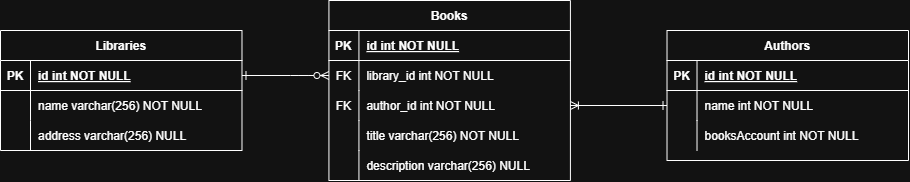
Earlier version of the draw.io export docs/entityrelation.diagram.png (sgranadaag/nest-hexagonal). Source tidied: cells renumbered, new cells last; positions are measured from the earlier drawing's top-left corner, leaving out a move shared by most shapes. Its diagram source:
```xml
<mxGraphModel>
  <root>
    <mxCell id="0" />
    <mxCell id="1" parent="0" />
    <mxCell id="2" style="group;" parent="1" vertex="1">
      <mxGeometry width="908" height="180" as="geometry" />
    </mxCell>
    <mxCell id="3" style="edgeStyle=entityRelationEdgeStyle;endArrow=ERzeroToMany;startArrow=ERone;endFill=1;startFill=0;entryX=0;entryY=0.5;entryDx=0;entryDy=0;" parent="2" edge="1" source="31" target="8">
      <mxGeometry relative="1" as="geometry" />
    </mxCell>
    <mxCell id="4" value="Books" style="shape=table;startSize=30;rowLines=0;fontStyle=1;align=center;" parent="2" vertex="1">
      <mxGeometry x="328.4" width="241.5" height="180" as="geometry" />
    </mxCell>
    <mxCell id="5" style="shape=partialRectangle;fillColor=none;top=0;left=0;right=0;bottom=1;" parent="4" vertex="1">
      <mxGeometry y="30" width="241.5" height="30" as="geometry" />
    </mxCell>
    <mxCell id="6" value="PK" style="shape=partialRectangle;overflow=hidden;fillColor=none;top=0;left=0;bottom=0;right=0;fontStyle=1;" parent="5" vertex="1">
      <mxGeometry width="30" height="30" as="geometry" />
    </mxCell>
    <mxCell id="7" value="id int NOT NULL " style="shape=partialRectangle;overflow=hidden;fillColor=none;top=0;left=0;bottom=0;right=0;align=left;spacingLeft=6;fontStyle=5;" parent="5" vertex="1">
      <mxGeometry x="30" width="211.5" height="30" as="geometry" />
    </mxCell>
    <mxCell id="8" style="shape=partialRectangle;fillColor=none;points=[[0,0.5],[1,0.5]];portConstraint=eastwest;top=0;left=0;right=0;bottom=0;" parent="4" vertex="1">
      <mxGeometry y="60" width="241.5" height="30" as="geometry" />
    </mxCell>
    <mxCell id="9" value="FK" style="shape=partialRectangle;overflow=hidden;fillColor=none;top=0;left=0;bottom=0;right=0;" parent="8" vertex="1">
      <mxGeometry width="30" height="30" as="geometry" />
    </mxCell>
    <mxCell id="10" value="library_id int NOT NULL" style="shape=partialRectangle;overflow=hidden;fillColor=none;top=0;left=0;bottom=0;right=0;align=left;spacingLeft=6;" parent="8" vertex="1">
      <mxGeometry x="30" width="211.5" height="30" as="geometry" />
    </mxCell>
    <mxCell id="11" style="shape=partialRectangle;fillColor=none;points=[[0,0.5],[1,0.5]];portConstraint=eastwest;top=0;left=0;right=0;bottom=0;" parent="4" vertex="1">
      <mxGeometry y="90" width="241.5" height="30" as="geometry" />
    </mxCell>
    <mxCell id="12" value="FK" style="shape=partialRectangle;overflow=hidden;fillColor=none;top=0;left=0;bottom=0;right=0;" parent="11" vertex="1">
      <mxGeometry width="30" height="30" as="geometry" />
    </mxCell>
    <mxCell id="13" value="author_id int NOT NULL" style="shape=partialRectangle;overflow=hidden;fillColor=none;top=0;left=0;bottom=0;right=0;align=left;spacingLeft=6;" parent="11" vertex="1">
      <mxGeometry x="30" width="211.5" height="30" as="geometry" />
    </mxCell>
    <mxCell id="14" style="shape=partialRectangle;fillColor=none;top=0;left=0;right=0;bottom=0;" parent="4" vertex="1">
      <mxGeometry y="120" width="241.5" height="30" as="geometry" />
    </mxCell>
    <mxCell id="15" style="shape=partialRectangle;overflow=hidden;fillColor=none;top=0;left=0;bottom=0;right=0;" parent="14" vertex="1">
      <mxGeometry width="30" height="30" as="geometry" />
    </mxCell>
    <mxCell id="16" value="title varchar(256) NOT NULL" style="shape=partialRectangle;overflow=hidden;fillColor=none;top=0;left=0;bottom=0;right=0;align=left;spacingLeft=6;" parent="14" vertex="1">
      <mxGeometry x="30" width="211.5" height="30" as="geometry" />
    </mxCell>
    <mxCell id="17" style="shape=partialRectangle;fillColor=none;top=0;left=0;right=0;bottom=0;" parent="4" vertex="1">
      <mxGeometry y="150" width="241.5" height="30" as="geometry" />
    </mxCell>
    <mxCell id="18" style="shape=partialRectangle;overflow=hidden;fillColor=none;top=0;left=0;bottom=0;right=0;" parent="17" vertex="1">
      <mxGeometry width="30" height="30" as="geometry" />
    </mxCell>
    <mxCell id="19" value="description varchar(256) NULL" style="shape=partialRectangle;overflow=hidden;fillColor=none;top=0;left=0;bottom=0;right=0;align=left;spacingLeft=6;" parent="17" vertex="1">
      <mxGeometry x="30" width="211.5" height="30" as="geometry" />
    </mxCell>
    <mxCell id="20" value="Authors" style="shape=table;startSize=30;rowLines=0;fontStyle=1;align=center;" parent="2" vertex="1">
      <mxGeometry x="666.5" y="30" width="241.5" height="130" as="geometry" />
    </mxCell>
    <mxCell id="21" style="shape=partialRectangle;fillColor=none;top=0;left=0;right=0;bottom=1;" parent="20" vertex="1">
      <mxGeometry y="30" width="241.5" height="30" as="geometry" />
    </mxCell>
    <mxCell id="22" value="PK" style="shape=partialRectangle;overflow=hidden;fillColor=none;top=0;left=0;bottom=0;right=0;fontStyle=1;" parent="21" vertex="1">
      <mxGeometry width="30" height="30" as="geometry" />
    </mxCell>
    <mxCell id="23" value="id int NOT NULL " style="shape=partialRectangle;overflow=hidden;fillColor=none;top=0;left=0;bottom=0;right=0;align=left;spacingLeft=6;fontStyle=5;" parent="21" vertex="1">
      <mxGeometry x="30" width="211.5" height="30" as="geometry" />
    </mxCell>
    <mxCell id="24" style="shape=partialRectangle;fillColor=none;points=[[0,0.5],[1,0.5]];portConstraint=eastwest;top=0;left=0;right=0;bottom=0;" parent="20" vertex="1">
      <mxGeometry y="60" width="241.5" height="30" as="geometry" />
    </mxCell>
    <mxCell id="25" style="shape=partialRectangle;overflow=hidden;fillColor=none;top=0;left=0;bottom=0;right=0;" parent="24" vertex="1">
      <mxGeometry width="30" height="30" as="geometry" />
    </mxCell>
    <mxCell id="26" value="name int NOT NULL" style="shape=partialRectangle;overflow=hidden;fillColor=none;top=0;left=0;bottom=0;right=0;align=left;spacingLeft=6;" parent="24" vertex="1">
      <mxGeometry x="30" width="211.5" height="30" as="geometry" />
    </mxCell>
    <mxCell id="27" style="shape=partialRectangle;fillColor=none;top=0;left=0;right=0;bottom=0;" parent="20" vertex="1">
      <mxGeometry y="90" width="241.5" height="30" as="geometry" />
    </mxCell>
    <mxCell id="28" style="shape=partialRectangle;overflow=hidden;fillColor=none;top=0;left=0;bottom=0;right=0;" parent="27" vertex="1">
      <mxGeometry width="30" height="30" as="geometry" />
    </mxCell>
    <mxCell id="29" value="booksAccount int NOT NULL" style="shape=partialRectangle;overflow=hidden;fillColor=none;top=0;left=0;bottom=0;right=0;align=left;spacingLeft=6;" parent="27" vertex="1">
      <mxGeometry x="30" width="211.5" height="30" as="geometry" />
    </mxCell>
    <mxCell id="30" value="Libraries" style="shape=table;startSize=30;rowLines=0;fontStyle=1;align=center;" parent="2" vertex="1">
      <mxGeometry y="30" width="241.5" height="120" as="geometry" />
    </mxCell>
    <mxCell id="31" style="shape=partialRectangle;fillColor=none;points=[[0,0.5],[1,0.5]];portConstraint=eastwest;top=0;left=0;right=0;bottom=1;" parent="30" vertex="1">
      <mxGeometry y="30" width="241.5" height="30" as="geometry" />
    </mxCell>
    <mxCell id="32" value="PK" style="shape=partialRectangle;overflow=hidden;fillColor=none;top=0;left=0;bottom=0;right=0;fontStyle=1;" parent="31" vertex="1">
      <mxGeometry width="30" height="30" as="geometry" />
    </mxCell>
    <mxCell id="33" value="id int NOT NULL " style="shape=partialRectangle;overflow=hidden;fillColor=none;top=0;left=0;bottom=0;right=0;align=left;spacingLeft=6;fontStyle=5;" parent="31" vertex="1">
      <mxGeometry x="30" width="211.5" height="30" as="geometry" />
    </mxCell>
    <mxCell id="34" style="shape=partialRectangle;fillColor=none;top=0;left=0;right=0;bottom=0;" parent="30" vertex="1">
      <mxGeometry y="60" width="241.5" height="30" as="geometry" />
    </mxCell>
    <mxCell id="35" style="shape=partialRectangle;overflow=hidden;fillColor=none;top=0;left=0;bottom=0;right=0;" parent="34" vertex="1">
      <mxGeometry width="30" height="30" as="geometry" />
    </mxCell>
    <mxCell id="36" value="name varchar(256) NOT NULL" style="shape=partialRectangle;overflow=hidden;fillColor=none;top=0;left=0;bottom=0;right=0;align=left;spacingLeft=6;" parent="34" vertex="1">
      <mxGeometry x="30" width="211.5" height="30" as="geometry" />
    </mxCell>
    <mxCell id="37" style="shape=partialRectangle;fillColor=none;top=0;left=0;right=0;bottom=0;" parent="30" vertex="1">
      <mxGeometry y="90" width="241.5" height="30" as="geometry" />
    </mxCell>
    <mxCell id="38" style="shape=partialRectangle;overflow=hidden;fillColor=none;top=0;left=0;bottom=0;right=0;" parent="37" vertex="1">
      <mxGeometry width="30" height="30" as="geometry" />
    </mxCell>
    <mxCell id="39" value="address varchar(256) NULL" style="shape=partialRectangle;overflow=hidden;fillColor=none;top=0;left=0;bottom=0;right=0;align=left;spacingLeft=6;" parent="37" vertex="1">
      <mxGeometry x="30" width="211.5" height="30" as="geometry" />
    </mxCell>
    <mxCell id="40" style="edgeStyle=orthogonalEdgeStyle;rounded=0;jettySize=auto;html=1;exitX=0;exitY=0.5;exitDx=0;exitDy=0;startArrow=ERone;startFill=0;endArrow=ERoneToMany;endFill=0;" parent="2" edge="1" source="24" target="11">
      <mxGeometry relative="1" as="geometry" />
    </mxCell>
    <mxCell id="41" style="shape=partialRectangle;fillColor=none;top=0;left=0;right=0;bottom=0;" parent="2" vertex="1">
      <mxGeometry x="434.7" y="140" width="241.5" height="30" as="geometry" />
    </mxCell>
    <mxCell id="42" style="shape=partialRectangle;overflow=hidden;fillColor=none;top=0;left=0;bottom=0;right=0;" parent="41" vertex="1">
      <mxGeometry width="29" height="30" as="geometry" />
    </mxCell>
  </root>
</mxGraphModel>
```
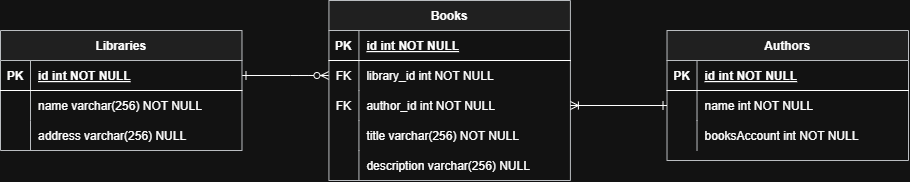
Above is the later version.

What changed in the source:
```diff
@@ -8,7 +8,7 @@
     <mxCell id="3" style="edgeStyle=entityRelationEdgeStyle;endArrow=ERzeroToMany;startArrow=ERone;endFill=1;startFill=0;entryX=0;entryY=0.5;entryDx=0;entryDy=0;" parent="2" edge="1" source="31" target="8">
       <mxGeometry relative="1" as="geometry" />
     </mxCell>
-    <mxCell id="4" value="Books" style="shape=table;startSize=30;rowLines=0;fontStyle=1;align=center;" parent="2" vertex="1">
+    <mxCell id="4" value="Books" style="shape=table;startSize=30;rowLines=0;fontStyle=1;align=center;fillColor=#eeeeee;strokeColor=#36393d;" parent="2" vertex="1">
       <mxGeometry x="328.4" width="241.5" height="180" as="geometry" />
     </mxCell>
     <mxCell id="5" style="shape=partialRectangle;fillColor=none;top=0;left=0;right=0;bottom=1;" parent="4" vertex="1">
@@ -56,7 +56,7 @@
     <mxCell id="19" value="description varchar(256) NULL" style="shape=partialRectangle;overflow=hidden;fillColor=none;top=0;left=0;bottom=0;right=0;align=left;spacingLeft=6;" parent="17" vertex="1">
       <mxGeometry x="30" width="211.5" height="30" as="geometry" />
     </mxCell>
-    <mxCell id="20" value="Authors" style="shape=table;startSize=30;rowLines=0;fontStyle=1;align=center;" parent="2" vertex="1">
+    <mxCell id="20" value="Authors" style="shape=table;startSize=30;rowLines=0;fontStyle=1;align=center;fillColor=#eeeeee;strokeColor=#36393d;" parent="2" vertex="1">
       <mxGeometry x="666.5" y="30" width="241.5" height="130" as="geometry" />
     </mxCell>
     <mxCell id="21" style="shape=partialRectangle;fillColor=none;top=0;left=0;right=0;bottom=1;" parent="20" vertex="1">
@@ -86,7 +86,7 @@
     <mxCell id="29" value="booksAccount int NOT NULL" style="shape=partialRectangle;overflow=hidden;fillColor=none;top=0;left=0;bottom=0;right=0;align=left;spacingLeft=6;" parent="27" vertex="1">
       <mxGeometry x="30" width="211.5" height="30" as="geometry" />
     </mxCell>
-    <mxCell id="30" value="Libraries" style="shape=table;startSize=30;rowLines=0;fontStyle=1;align=center;" parent="2" vertex="1">
+    <mxCell id="30" value="Libraries" style="shape=table;startSize=30;rowLines=0;fontStyle=1;align=center;fillColor=#eeeeee;strokeColor=#36393d;" parent="2" vertex="1">
       <mxGeometry y="30" width="241.5" height="120" as="geometry" />
     </mxCell>
     <mxCell id="31" style="shape=partialRectangle;fillColor=none;points=[[0,0.5],[1,0.5]];portConstraint=eastwest;top=0;left=0;right=0;bottom=1;" parent="30" vertex="1">
```
